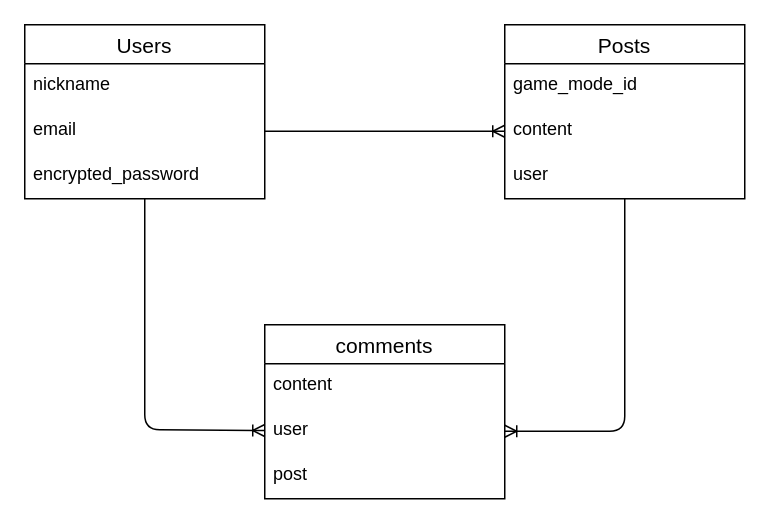
kim4ky/soliciting_of_agents keeps this draw.io diagram as page "ER図" (1 of 2) of test.dio. Above is the earlier version. Source tidied: cells renumbered, new cells numbered last; positions are measured from the earlier drawing's top-left corner, leaving out a move shared by most shapes. Both pictures are drawn from the tidied source at 150%, with x=0, y=0 at pixel (24, 24).
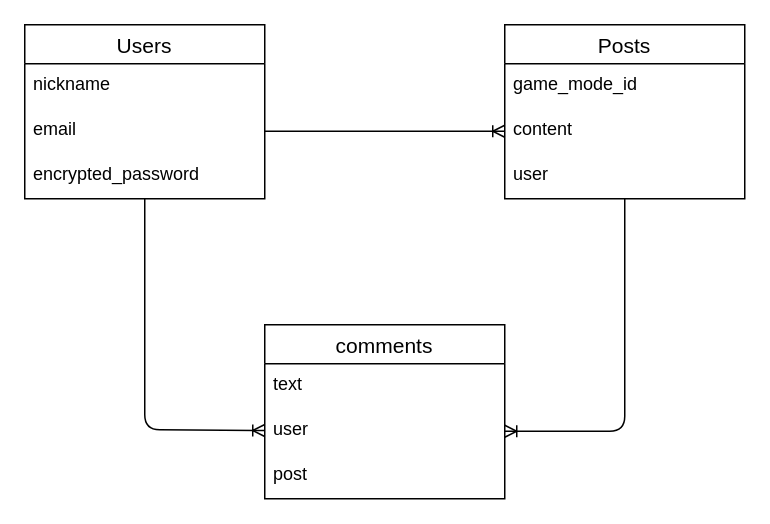
The same page after the edit.

What changed in the source:
```diff
@@
 <mxGraphModel>
   <root>
     <mxCell id="0" />
     <mxCell id="1" parent="0" />
     <mxCell id="2" value="Users" style="swimlane;fontStyle=0;horizontal=1;startSize=26;align=center;fontSize=14;" parent="1" vertex="1">
       <mxGeometry width="160" height="116" as="geometry" />
     </mxCell>
     <mxCell id="3" value="nickname" style="text;strokeColor=none;fillColor=none;spacingLeft=4;spacingRight=4;overflow=hidden;fontSize=12;" parent="2" vertex="1">
       <mxGeometry y="26" width="160" height="30" as="geometry" />
     </mxCell>
     <mxCell id="4" value="email" style="text;strokeColor=none;fillColor=none;spacingLeft=4;spacingRight=4;overflow=hidden;points=[[0,0.5],[1,0.5]];portConstraint=eastwest;fontSize=12;" parent="2" vertex="1">
       <mxGeometry y="56" width="160" height="30" as="geometry" />
     </mxCell>
     <mxCell id="5" value="encrypted_password" style="text;strokeColor=none;fillColor=none;spacingLeft=4;spacingRight=4;overflow=hidden;points=[[0,0.5],[1,0.5]];portConstraint=eastwest;fontSize=12;" parent="2" vertex="1">
       <mxGeometry y="86" width="160" height="30" as="geometry" />
     </mxCell>
     <mxCell id="6" value="Posts" style="swimlane;fontStyle=0;horizontal=1;startSize=26;align=center;fontSize=14;" parent="1" vertex="1">
       <mxGeometry x="320" width="160" height="116" as="geometry" />
     </mxCell>
     <mxCell id="7" value="game_mode_id" style="text;strokeColor=none;fillColor=none;spacingLeft=4;spacingRight=4;overflow=hidden;fontSize=12;" parent="6" vertex="1">
       <mxGeometry y="26" width="160" height="30" as="geometry" />
     </mxCell>
     <mxCell id="8" value="content" style="text;strokeColor=none;fillColor=none;spacingLeft=4;spacingRight=4;overflow=hidden;points=[[0,0.5],[1,0.5]];portConstraint=eastwest;fontSize=12;" parent="6" vertex="1">
       <mxGeometry y="56" width="160" height="30" as="geometry" />
     </mxCell>
     <mxCell id="9" value="user" style="text;strokeColor=none;fillColor=none;spacingLeft=4;spacingRight=4;overflow=hidden;points=[[0,0.5],[1,0.5]];portConstraint=eastwest;fontSize=12;" parent="6" vertex="1">
       <mxGeometry y="86" width="160" height="30" as="geometry" />
     </mxCell>
     <mxCell id="10" value="comments" style="swimlane;fontStyle=0;horizontal=1;startSize=26;align=center;fontSize=14;" parent="1" vertex="1">
       <mxGeometry x="160" y="200" width="160" height="116" as="geometry" />
     </mxCell>
-    <mxCell id="11" value="content" style="text;strokeColor=none;fillColor=none;spacingLeft=4;spacingRight=4;overflow=hidden;fontSize=12;" parent="10" vertex="1">
+    <mxCell id="11" value="text" style="text;strokeColor=none;fillColor=none;spacingLeft=4;spacingRight=4;overflow=hidden;fontSize=12;" parent="10" vertex="1">
       <mxGeometry y="26" width="160" height="30" as="geometry" />
     </mxCell>
     <mxCell id="12" value="user" style="text;strokeColor=none;fillColor=none;spacingLeft=4;spacingRight=4;overflow=hidden;points=[[0,0.5],[1,0.5]];portConstraint=eastwest;fontSize=12;" parent="10" vertex="1">
       <mxGeometry y="56" width="160" height="30" as="geometry" />
     </mxCell>
     <mxCell id="13" value="post" style="text;strokeColor=none;fillColor=none;spacingLeft=4;spacingRight=4;overflow=hidden;fontSize=12;" parent="10" vertex="1">
       <mxGeometry y="86" width="160" height="30" as="geometry" />
     </mxCell>
     <mxCell id="14" style="fontSize=12;html=1;endArrow=ERoneToMany;" parent="1" edge="1" source="4" target="8">
       <mxGeometry relative="1" as="geometry" />
     </mxCell>
     <mxCell id="15" style="fontSize=12;html=1;endArrow=ERoneToMany;" parent="1" edge="1" source="5" target="12">
       <mxGeometry relative="1" as="geometry">
         <Array as="points">
           <mxPoint x="80" y="270" />
         </Array>
       </mxGeometry>
     </mxCell>
     <mxCell id="16" style="fontSize=12;html=1;endArrow=ERoneToMany;entryX=1;entryY=0.5;entryDx=0;entryDy=0;" parent="1" edge="1" source="9" target="12">
       <mxGeometry relative="1" as="geometry">
         <Array as="points">
           <mxPoint x="400" y="271" />
         </Array>
       </mxGeometry>
     </mxCell>
   </root>
 </mxGraphModel>
```
